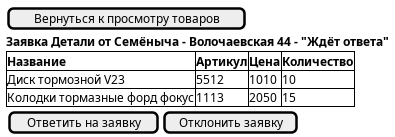
Before: uml-диаграммы/out/Поставщик/Выбранная_заявка/Отправление заявки.png, a diagram exported from PlantUML (BombasticFantastik/PIS_Course_work).
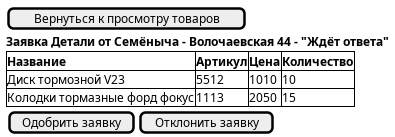
Above is the later version.

Change to the diagram source:
```diff
@@ -9,7 +9,7 @@
 
     }
     {
-        [Ответить на заявку]|[Отклонить заявку]
+        [Одобрить заявку]|[Отклонить заявку]
     }
 
 }
```
